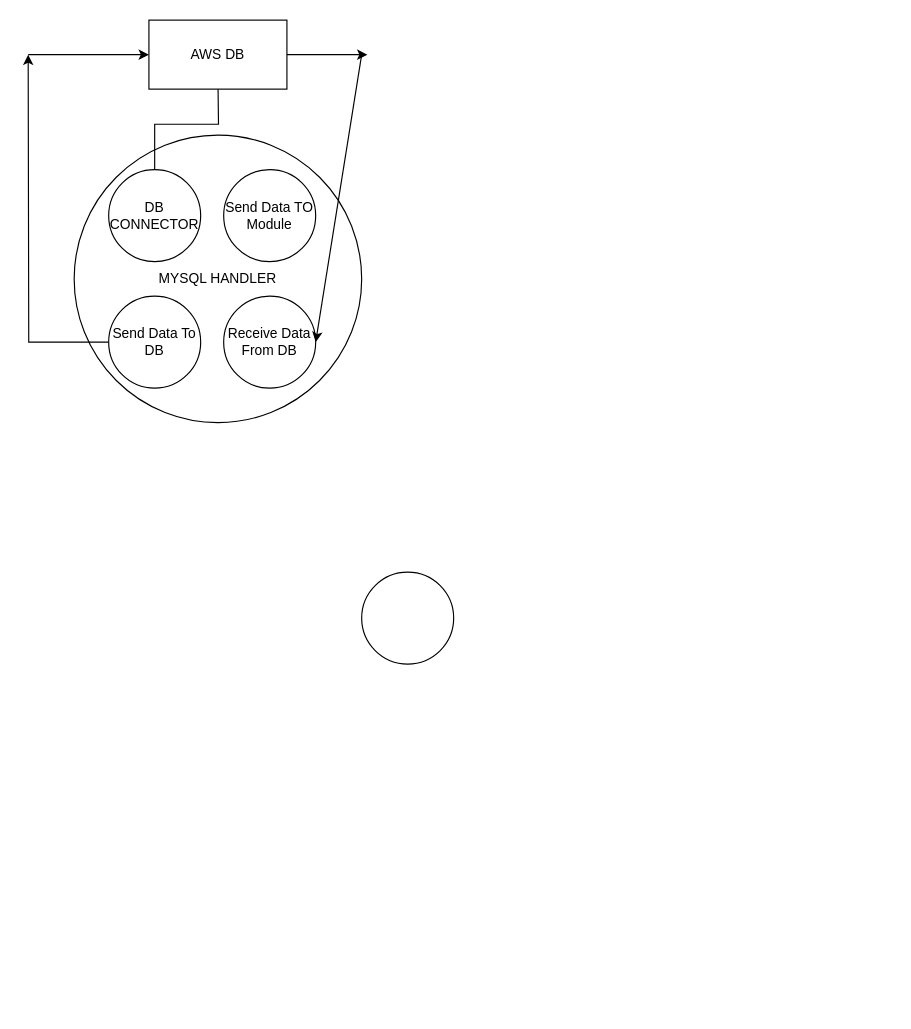
This is embed-proje-diagram.drawio from Muzaffer-Irmak-Yavuz/Binance-Bot, a draw.io file, before an edit. Source tidied: cells renumbered, new cells numbered last; positions are measured from the earlier drawing's top-left corner, leaving out a move shared by most shapes. Both pictures are drawn from the tidied source at 115%, with x=0, y=0 at pixel (28, 20).
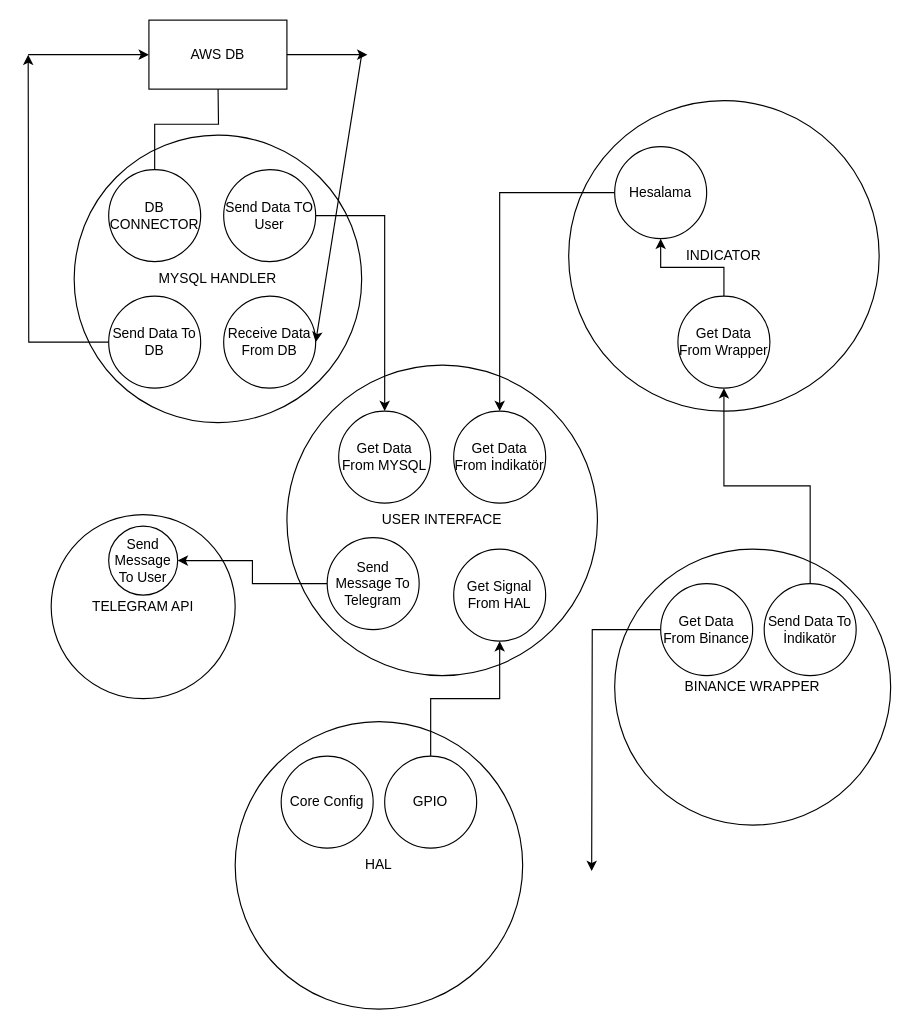
After the change.

The edit, as a diff of the source:
```diff
@@
+    <mxCell id="13" value="USER INTERFACE" style="ellipse;whiteSpace=wrap;html=1;" parent="1" vertex="1">
+      <mxGeometry x="225" y="300" width="270" height="270" as="geometry" />
+    </mxCell>
@@
+    <mxCell id="14" style="edgeStyle=orthogonalEdgeStyle;rounded=0;jettySize=auto;html=1;" parent="1" edge="1" source="12">
+      <mxGeometry relative="1" as="geometry">
+        <mxPoint x="310" y="340" as="targetPoint" />
+        <Array as="points">
+          <mxPoint x="310" y="170" />
+        </Array>
+      </mxGeometry>
+    </mxCell>
-    <mxCell id="12" value="Send Data TO&lt;br&gt;Module" style="ellipse;whiteSpace=wrap;html=1;" parent="1" vertex="1">
+    <mxCell id="12" value="Send Data TO&lt;br&gt;User" style="ellipse;whiteSpace=wrap;html=1;" parent="1" vertex="1">
       <mxGeometry x="170" y="130" width="80" height="80" as="geometry" />
     </mxCell>
-    <mxCell id="13" style="ellipse;whiteSpace=wrap;html=1;" parent="1" vertex="1">
-      <mxGeometry x="290" y="480" width="80" height="80" as="geometry" />
-    </mxCell>
+    <mxCell id="15" value="Get Data From MYSQL" style="ellipse;whiteSpace=wrap;html=1;" parent="1" vertex="1">
+      <mxGeometry x="270" y="340" width="80" height="80" as="geometry" />
+    </mxCell>
+    <mxCell id="16" value="INDICATOR" style="ellipse;whiteSpace=wrap;html=1;" parent="1" vertex="1">
+      <mxGeometry x="470" y="70" width="270" height="270" as="geometry" />
+    </mxCell>
+    <mxCell id="17" style="edgeStyle=orthogonalEdgeStyle;rounded=0;jettySize=auto;html=1;fontSize=12;" parent="1" edge="1" source="18" target="19">
+      <mxGeometry relative="1" as="geometry" />
+    </mxCell>
+    <mxCell id="18" value="&lt;font style=&quot;font-size: 12px&quot;&gt;Hesalama&lt;/font&gt;" style="ellipse;whiteSpace=wrap;html=1;fontSize=11;" parent="1" vertex="1">
+      <mxGeometry x="510" y="110" width="80" height="80" as="geometry" />
+    </mxCell>
+    <mxCell id="19" value="Get Data From İndikatör" style="ellipse;whiteSpace=wrap;html=1;fontSize=12;" parent="1" vertex="1">
+      <mxGeometry x="370" y="340" width="80" height="80" as="geometry" />
+    </mxCell>
+    <mxCell id="20" value="BINANCE WRAPPER" style="ellipse;whiteSpace=wrap;html=1;fontSize=12;" parent="1" vertex="1">
+      <mxGeometry x="510" y="460" width="240" height="240" as="geometry" />
+    </mxCell>
+    <mxCell id="21" style="edgeStyle=orthogonalEdgeStyle;rounded=0;jettySize=auto;html=1;fontSize=12;" parent="1" edge="1" source="22">
+      <mxGeometry relative="1" as="geometry">
+        <mxPoint x="490" y="740" as="targetPoint" />
+      </mxGeometry>
+    </mxCell>
+    <mxCell id="22" value="Get Data From Binance" style="ellipse;whiteSpace=wrap;html=1;fontSize=12;" parent="1" vertex="1">
+      <mxGeometry x="550" y="490" width="80" height="80" as="geometry" />
+    </mxCell>
+    <mxCell id="23" style="edgeStyle=orthogonalEdgeStyle;rounded=0;jettySize=auto;html=1;entryX=0.5;entryY=1;entryDx=0;entryDy=0;fontSize=12;" parent="1" edge="1" source="24" target="26">
+      <mxGeometry relative="1" as="geometry" />
+    </mxCell>
+    <mxCell id="24" value="Send Data To İndikatör" style="ellipse;whiteSpace=wrap;html=1;fontSize=12;" parent="1" vertex="1">
+      <mxGeometry x="640" y="490" width="80" height="80" as="geometry" />
+    </mxCell>
+    <mxCell id="25" style="edgeStyle=orthogonalEdgeStyle;rounded=0;jettySize=auto;html=1;fontSize=12;" parent="1" edge="1" source="26" target="18">
+      <mxGeometry relative="1" as="geometry" />
+    </mxCell>
+    <mxCell id="26" value="Get Data From Wrapper" style="ellipse;whiteSpace=wrap;html=1;fontSize=12;" parent="1" vertex="1">
+      <mxGeometry x="565" y="240" width="80" height="80" as="geometry" />
+    </mxCell>
+    <mxCell id="27" value="TELEGRAM API" style="ellipse;whiteSpace=wrap;html=1;fontSize=12;" parent="1" vertex="1">
+      <mxGeometry x="20" y="430" width="160" height="160" as="geometry" />
+    </mxCell>
+    <mxCell id="28" style="edgeStyle=orthogonalEdgeStyle;rounded=0;jettySize=auto;html=1;fontSize=12;" parent="1" edge="1" source="29" target="30">
+      <mxGeometry relative="1" as="geometry" />
+    </mxCell>
+    <mxCell id="29" value="Send Message To Telegram" style="ellipse;whiteSpace=wrap;html=1;fontSize=12;" parent="1" vertex="1">
+      <mxGeometry x="260" y="450" width="80" height="80" as="geometry" />
+    </mxCell>
+    <mxCell id="30" value="Send Message To User" style="ellipse;whiteSpace=wrap;html=1;fontSize=12;" parent="1" vertex="1">
+      <mxGeometry x="70" y="440" width="60" height="60" as="geometry" />
+    </mxCell>
+    <mxCell id="31" value="HAL" style="ellipse;whiteSpace=wrap;html=1;fontSize=12;" parent="1" vertex="1">
+      <mxGeometry x="180" y="610" width="250" height="250" as="geometry" />
+    </mxCell>
+    <mxCell id="32" value="Core Config" style="ellipse;whiteSpace=wrap;html=1;fontSize=12;" parent="1" vertex="1">
+      <mxGeometry x="220" y="640" width="80" height="80" as="geometry" />
+    </mxCell>
+    <mxCell id="33" style="edgeStyle=orthogonalEdgeStyle;rounded=0;jettySize=auto;html=1;fontSize=12;" parent="1" edge="1" source="34" target="35">
+      <mxGeometry relative="1" as="geometry" />
+    </mxCell>
+    <mxCell id="34" value="GPIO" style="ellipse;whiteSpace=wrap;html=1;fontSize=12;" parent="1" vertex="1">
+      <mxGeometry x="310" y="640" width="80" height="80" as="geometry" />
+    </mxCell>
+    <mxCell id="35" value="Get Signal From HAL" style="ellipse;whiteSpace=wrap;html=1;fontSize=12;" parent="1" vertex="1">
+      <mxGeometry x="370" y="460" width="80" height="80" as="geometry" />
+    </mxCell>
```
